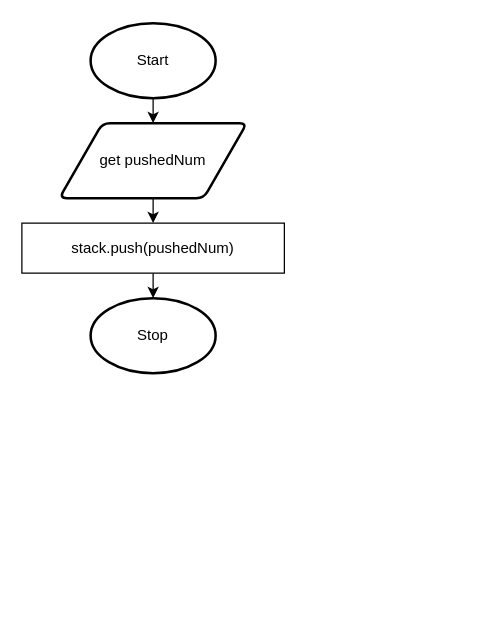
Before: drawio/pushStack.drawio in Aidan-Lalonde-Novales/ics4u-unit2-03-typescript, a draw.io diagram. Source tidied: cells renumbered, new cells numbered last; positions are measured from the earlier drawing's top-left corner, leaving out a move shared by most shapes. Both pictures are drawn from the tidied source at 125%, with x=0, y=0 at pixel (21, 22).
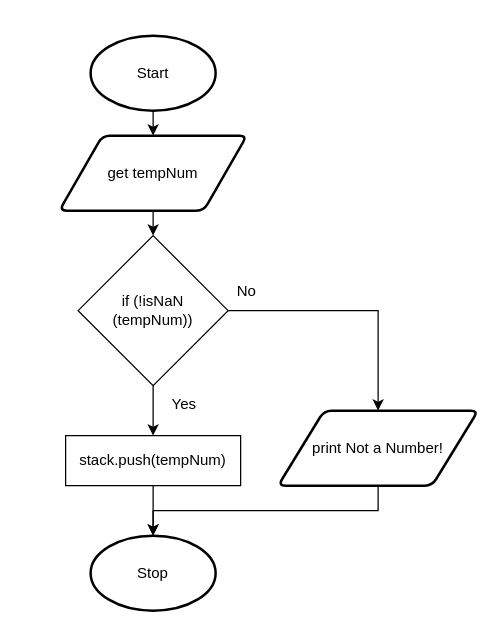
The same page after the edit.

The edit, as a diff of the source:
```diff
@@
 <mxGraphModel>
   <root>
     <mxCell id="0" />
     <mxCell id="1" parent="0" />
     <mxCell id="2" value="Start" style="strokeWidth=2;html=1;shape=mxgraph.flowchart.start_1;whiteSpace=wrap;" parent="1" vertex="1">
-      <mxGeometry x="55" width="100" height="60" as="geometry" />
+      <mxGeometry x="55" y="10" width="100" height="60" as="geometry" />
     </mxCell>
-    <mxCell id="3" style="edgeStyle=none;html=1;exitX=0.5;exitY=1;exitDx=0;exitDy=0;entryX=0.5;entryY=0;entryDx=0;entryDy=0;" parent="1" edge="1" source="4" target="7">
-      <mxGeometry relative="1" as="geometry" />
-    </mxCell>
+    <mxCell id="9" style="edgeStyle=none;html=1;exitX=0.5;exitY=1;exitDx=0;exitDy=0;entryX=0.5;entryY=0;entryDx=0;entryDy=0;" parent="1" edge="1" source="4" target="12">
+      <mxGeometry relative="1" as="geometry" />
+    </mxCell>
-    <mxCell id="4" value="get pushedNum" style="shape=parallelogram;html=1;strokeWidth=2;perimeter=parallelogramPerimeter;whiteSpace=wrap;rounded=1;arcSize=12;size=0.23;" parent="1" vertex="1">
-      <mxGeometry x="30" y="80" width="150" height="60" as="geometry" />
+    <mxCell id="4" value="get tempNum" style="shape=parallelogram;html=1;strokeWidth=2;perimeter=parallelogramPerimeter;whiteSpace=wrap;rounded=1;arcSize=12;size=0.23;" parent="1" vertex="1">
+      <mxGeometry x="30" y="90" width="150" height="60" as="geometry" />
     </mxCell>
     <mxCell id="5" value="Stop" style="strokeWidth=2;html=1;shape=mxgraph.flowchart.start_1;whiteSpace=wrap;" parent="1" vertex="1">
-      <mxGeometry x="55" y="220" width="100" height="60" as="geometry" />
+      <mxGeometry x="55" y="410" width="100" height="60" as="geometry" />
     </mxCell>
     <mxCell id="6" style="edgeStyle=none;html=1;exitX=0.5;exitY=1;exitDx=0;exitDy=0;entryX=0.5;entryY=0;entryDx=0;entryDy=0;entryPerimeter=0;" parent="1" edge="1" source="7" target="5">
       <mxGeometry relative="1" as="geometry" />
     </mxCell>
-    <mxCell id="7" value="stack.push(pushedNum)" style="rounded=0;whiteSpace=wrap;html=1;" parent="1" vertex="1">
-      <mxGeometry y="160" width="210" height="40" as="geometry" />
+    <mxCell id="7" value="stack.push(tempNum)" style="rounded=0;whiteSpace=wrap;html=1;" parent="1" vertex="1">
+      <mxGeometry x="35" y="330" width="140" height="40" as="geometry" />
     </mxCell>
-    <mxCell id="8" style="edgeStyle=none;html=1;exitX=0.5;exitY=1;exitDx=0;exitDy=0;entryX=0.5;entryY=0;entryDx=0;entryDy=0;" parent="1" edge="1" target="4">
-      <mxGeometry relative="1" as="geometry">
-        <mxPoint x="105" y="60" as="sourcePoint" />
-      </mxGeometry>
+    <mxCell id="8" style="edgeStyle=none;html=1;exitX=0.5;exitY=1;exitDx=0;exitDy=0;entryX=0.5;entryY=0;entryDx=0;entryDy=0;exitPerimeter=0;" parent="1" edge="1" source="2" target="4">
+      <mxGeometry relative="1" as="geometry" />
     </mxCell>
+    <mxCell id="10" style="edgeStyle=none;html=1;exitX=0.5;exitY=1;exitDx=0;exitDy=0;" parent="1" edge="1" source="12">
+      <mxGeometry relative="1" as="geometry">
+        <mxPoint x="105" y="330" as="targetPoint" />
+      </mxGeometry>
+    </mxCell>
+    <mxCell id="11" style="edgeStyle=none;html=1;exitX=1;exitY=0.5;exitDx=0;exitDy=0;entryX=0.5;entryY=0;entryDx=0;entryDy=0;rounded=0;" parent="1" edge="1" source="12" target="14">
+      <mxGeometry relative="1" as="geometry">
+        <Array as="points">
+          <mxPoint x="285" y="230" />
+        </Array>
+      </mxGeometry>
+    </mxCell>
+    <mxCell id="12" value="if (!isNaN&lt;br&gt;(tempNum))" style="rhombus;whiteSpace=wrap;html=1;" parent="1" vertex="1">
+      <mxGeometry x="45" y="170" width="120" height="120" as="geometry" />
+    </mxCell>
+    <mxCell id="13" style="edgeStyle=none;rounded=0;html=1;exitX=0.5;exitY=1;exitDx=0;exitDy=0;entryX=0.5;entryY=0;entryDx=0;entryDy=0;entryPerimeter=0;" parent="1" edge="1" source="14" target="5">
+      <mxGeometry relative="1" as="geometry">
+        <Array as="points">
+          <mxPoint x="285" y="390" />
+          <mxPoint x="105" y="390" />
+        </Array>
+      </mxGeometry>
+    </mxCell>
+    <mxCell id="14" value="print Not a Number!" style="shape=parallelogram;html=1;strokeWidth=2;perimeter=parallelogramPerimeter;whiteSpace=wrap;rounded=1;arcSize=12;size=0.23;" parent="1" vertex="1">
+      <mxGeometry x="205" y="310" width="160" height="60" as="geometry" />
+    </mxCell>
+    <mxCell id="15" value="No" style="text;html=1;strokeColor=none;fillColor=none;align=center;verticalAlign=middle;whiteSpace=wrap;rounded=0;" parent="1" vertex="1">
+      <mxGeometry x="165" y="200" width="30" height="30" as="geometry" />
+    </mxCell>
+    <mxCell id="16" value="Yes" style="text;html=1;strokeColor=none;fillColor=none;align=center;verticalAlign=middle;whiteSpace=wrap;rounded=0;" parent="1" vertex="1">
+      <mxGeometry x="115" y="290" width="30" height="30" as="geometry" />
+    </mxCell>
   </root>
 </mxGraphModel>
```
